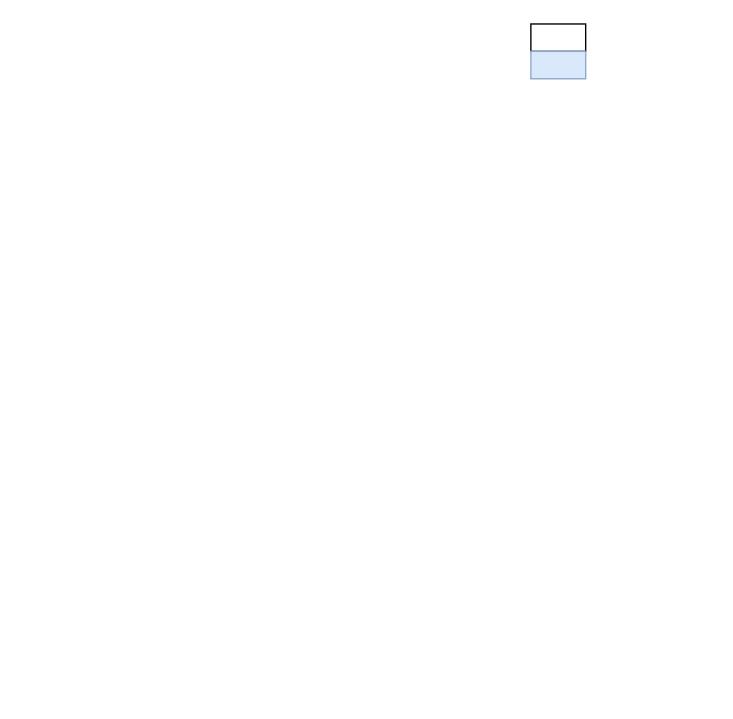
Above: Diagramma senza titolo.drawio in fsciamma/LabSWE (draw.io), before the change. Source tidied: cells renumbered, new cells numbered last; positions are measured from the earlier drawing's top-left corner, leaving out a move shared by most shapes. Both pictures are drawn from the tidied source at 137%, with x=0, y=0 at pixel (530, 23).
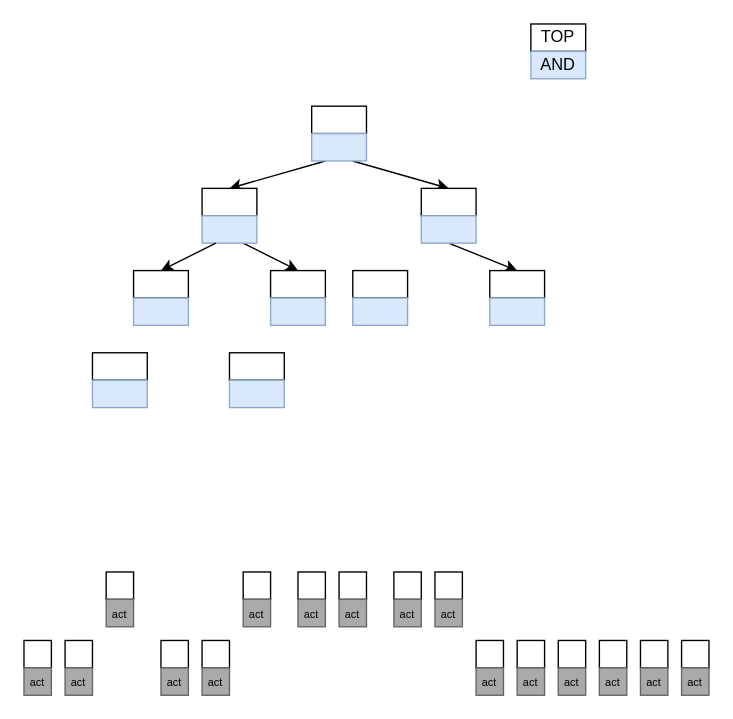
The same page after the edit.

Change to the diagram source:
```diff
@@
-    <mxCell id="2" style="rounded=0;whiteSpace=wrap;html=1;" parent="1" vertex="1">
+    <mxCell id="2" value="TOP" style="rounded=0;whiteSpace=wrap;html=1;" parent="1" vertex="1">
       <mxGeometry width="40" height="20" as="geometry" />
     </mxCell>
-    <mxCell id="3" style="rounded=0;whiteSpace=wrap;html=1;strokeColor=#8ea8cd;fillColor=#dae8fc;" parent="1" vertex="1">
+    <mxCell id="3" value="&lt;div&gt;AND&lt;/div&gt;" style="rounded=0;whiteSpace=wrap;html=1;strokeColor=#8ea8cd;fillColor=#dae8fc;" parent="1" vertex="1">
       <mxGeometry y="20" width="40" height="20" as="geometry" />
     </mxCell>
+    <mxCell id="4" style="rounded=0;whiteSpace=wrap;html=1;" parent="1" vertex="1">
+      <mxGeometry x="-160" y="60" width="40" height="20" as="geometry" />
+    </mxCell>
+    <mxCell id="5" style="rounded=0;jettySize=auto;html=1;exitX=0.25;exitY=1;exitDx=0;exitDy=0;entryX=0.5;entryY=0;entryDx=0;entryDy=0;" parent="1" edge="1" source="7" target="8">
+      <mxGeometry relative="1" as="geometry" />
+    </mxCell>
+    <mxCell id="6" style="rounded=0;jettySize=auto;html=1;exitX=0.75;exitY=1;exitDx=0;exitDy=0;entryX=0.5;entryY=0;entryDx=0;entryDy=0;" parent="1" edge="1" source="7" target="11">
+      <mxGeometry relative="1" as="geometry" />
+    </mxCell>
+    <mxCell id="7" style="rounded=0;whiteSpace=wrap;html=1;strokeColor=#8ea8cd;fillColor=#dae8fc;" parent="1" vertex="1">
+      <mxGeometry x="-160" y="80" width="40" height="20" as="geometry" />
+    </mxCell>
+    <mxCell id="8" style="rounded=0;whiteSpace=wrap;html=1;" parent="1" vertex="1">
+      <mxGeometry x="-240" y="120" width="40" height="20" as="geometry" />
+    </mxCell>
+    <mxCell id="9" style="rounded=0;jettySize=auto;html=1;exitX=0.75;exitY=1;exitDx=0;exitDy=0;entryX=0.5;entryY=0;entryDx=0;entryDy=0;" parent="1" edge="1" source="10" target="14">
+      <mxGeometry relative="1" as="geometry" />
+    </mxCell>
+    <mxCell id="10" style="rounded=0;whiteSpace=wrap;html=1;strokeColor=#8ea8cd;fillColor=#dae8fc;" parent="1" vertex="1">
+      <mxGeometry x="-240" y="140" width="40" height="20" as="geometry" />
+    </mxCell>
+    <mxCell id="11" style="rounded=0;whiteSpace=wrap;html=1;" parent="1" vertex="1">
+      <mxGeometry x="-80" y="120" width="40" height="20" as="geometry" />
+    </mxCell>
+    <mxCell id="12" style="rounded=0;jettySize=auto;html=1;exitX=0.5;exitY=1;exitDx=0;exitDy=0;entryX=0.5;entryY=0;entryDx=0;entryDy=0;" parent="1" edge="1" source="13" target="24">
+      <mxGeometry relative="1" as="geometry" />
+    </mxCell>
+    <mxCell id="13" style="rounded=0;whiteSpace=wrap;html=1;strokeColor=#8ea8cd;fillColor=#dae8fc;" parent="1" vertex="1">
+      <mxGeometry x="-80" y="140" width="40" height="20" as="geometry" />
+    </mxCell>
+    <mxCell id="14" style="rounded=0;whiteSpace=wrap;html=1;" parent="1" vertex="1">
+      <mxGeometry x="-190" y="180" width="40" height="20" as="geometry" />
+    </mxCell>
+    <mxCell id="15" style="rounded=0;whiteSpace=wrap;html=1;strokeColor=#8ea8cd;fillColor=#dae8fc;" parent="1" vertex="1">
+      <mxGeometry x="-190" y="200" width="40" height="20" as="geometry" />
+    </mxCell>
+    <mxCell id="16" style="rounded=0;whiteSpace=wrap;html=1;" parent="1" vertex="1">
+      <mxGeometry x="-290" y="180" width="40" height="20" as="geometry" />
+    </mxCell>
+    <mxCell id="17" style="rounded=0;whiteSpace=wrap;html=1;strokeColor=#8ea8cd;fillColor=#dae8fc;" parent="1" vertex="1">
+      <mxGeometry x="-290" y="200" width="40" height="20" as="geometry" />
+    </mxCell>
+    <mxCell id="18" style="rounded=0;whiteSpace=wrap;html=1;" parent="1" vertex="1">
+      <mxGeometry x="-320" y="240" width="40" height="20" as="geometry" />
+    </mxCell>
+    <mxCell id="19" style="rounded=0;whiteSpace=wrap;html=1;strokeColor=#8ea8cd;fillColor=#dae8fc;" parent="1" vertex="1">
+      <mxGeometry x="-320" y="260" width="40" height="20" as="geometry" />
+    </mxCell>
+    <mxCell id="20" style="rounded=0;whiteSpace=wrap;html=1;" parent="1" vertex="1">
+      <mxGeometry x="-220" y="240" width="40" height="20" as="geometry" />
+    </mxCell>
+    <mxCell id="21" style="rounded=0;whiteSpace=wrap;html=1;strokeColor=#8ea8cd;fillColor=#dae8fc;" parent="1" vertex="1">
+      <mxGeometry x="-220" y="260" width="40" height="20" as="geometry" />
+    </mxCell>
+    <mxCell id="22" style="rounded=0;whiteSpace=wrap;html=1;" parent="1" vertex="1">
+      <mxGeometry x="-130" y="180" width="40" height="20" as="geometry" />
+    </mxCell>
+    <mxCell id="23" style="rounded=0;whiteSpace=wrap;html=1;strokeColor=#8ea8cd;fillColor=#dae8fc;" parent="1" vertex="1">
+      <mxGeometry x="-130" y="200" width="40" height="20" as="geometry" />
+    </mxCell>
+    <mxCell id="24" style="rounded=0;whiteSpace=wrap;html=1;" parent="1" vertex="1">
+      <mxGeometry x="-30" y="180" width="40" height="20" as="geometry" />
+    </mxCell>
+    <mxCell id="25" style="rounded=0;whiteSpace=wrap;html=1;strokeColor=#8ea8cd;fillColor=#dae8fc;" parent="1" vertex="1">
+      <mxGeometry x="-30" y="200" width="40" height="20" as="geometry" />
+    </mxCell>
+    <mxCell id="26" style="endArrow=classic;html=1;rounded=0;entryX=0.5;entryY=0;entryDx=0;entryDy=0;exitX=0.25;exitY=1;exitDx=0;exitDy=0;" parent="1" edge="1" source="10" target="16">
+      <mxGeometry relative="1" as="geometry" />
+    </mxCell>
+    <mxCell id="27" style="rounded=0;whiteSpace=wrap;html=1;" parent="1" vertex="1">
+      <mxGeometry x="-370" y="450" width="20" height="20" as="geometry" />
+    </mxCell>
+    <mxCell id="28" value="&lt;font style=&quot;font-size: 8px;&quot;&gt;act&lt;/font&gt;" style="rounded=0;whiteSpace=wrap;html=1;strokeColor=#666666;fillColor=#aaa;" parent="1" vertex="1">
+      <mxGeometry x="-370" y="470" width="20" height="20" as="geometry" />
+    </mxCell>
+    <mxCell id="29" style="rounded=0;whiteSpace=wrap;html=1;" parent="1" vertex="1">
+      <mxGeometry x="-340" y="450" width="20" height="20" as="geometry" />
+    </mxCell>
+    <mxCell id="30" value="&lt;font style=&quot;font-size: 8px;&quot;&gt;act&lt;/font&gt;" style="rounded=0;whiteSpace=wrap;html=1;strokeColor=#666666;fillColor=#aaa;" parent="1" vertex="1">
+      <mxGeometry x="-340" y="470" width="20" height="20" as="geometry" />
+    </mxCell>
+    <mxCell id="31" style="rounded=0;whiteSpace=wrap;html=1;" parent="1" vertex="1">
+      <mxGeometry x="-310" y="400" width="20" height="20" as="geometry" />
+    </mxCell>
+    <mxCell id="32" value="&lt;font style=&quot;font-size: 8px;&quot;&gt;act&lt;/font&gt;" style="rounded=0;whiteSpace=wrap;html=1;strokeColor=#666666;fillColor=#aaa;" parent="1" vertex="1">
+      <mxGeometry x="-310" y="420" width="20" height="20" as="geometry" />
+    </mxCell>
+    <mxCell id="33" style="rounded=0;whiteSpace=wrap;html=1;" parent="1" vertex="1">
+      <mxGeometry x="-270" y="450" width="20" height="20" as="geometry" />
+    </mxCell>
+    <mxCell id="34" value="&lt;font style=&quot;font-size: 8px;&quot;&gt;act&lt;/font&gt;" style="rounded=0;whiteSpace=wrap;html=1;strokeColor=#666666;fillColor=#aaa;" parent="1" vertex="1">
+      <mxGeometry x="-270" y="470" width="20" height="20" as="geometry" />
+    </mxCell>
+    <mxCell id="35" style="rounded=0;whiteSpace=wrap;html=1;" parent="1" vertex="1">
+      <mxGeometry x="-240" y="450" width="20" height="20" as="geometry" />
+    </mxCell>
+    <mxCell id="36" value="&lt;font style=&quot;font-size: 8px;&quot;&gt;act&lt;/font&gt;" style="rounded=0;whiteSpace=wrap;html=1;strokeColor=#666666;fillColor=#aaa;" parent="1" vertex="1">
+      <mxGeometry x="-240" y="470" width="20" height="20" as="geometry" />
+    </mxCell>
+    <mxCell id="37" style="rounded=0;whiteSpace=wrap;html=1;" parent="1" vertex="1">
+      <mxGeometry x="-170" y="400" width="20" height="20" as="geometry" />
+    </mxCell>
+    <mxCell id="38" value="&lt;font style=&quot;font-size: 8px;&quot;&gt;act&lt;/font&gt;" style="rounded=0;whiteSpace=wrap;html=1;strokeColor=#666666;fillColor=#aaa;" parent="1" vertex="1">
+      <mxGeometry x="-170" y="420" width="20" height="20" as="geometry" />
+    </mxCell>
+    <mxCell id="39" style="rounded=0;whiteSpace=wrap;html=1;" parent="1" vertex="1">
+      <mxGeometry x="-140" y="400" width="20" height="20" as="geometry" />
+    </mxCell>
+    <mxCell id="40" value="&lt;font style=&quot;font-size: 8px;&quot;&gt;act&lt;/font&gt;" style="rounded=0;whiteSpace=wrap;html=1;strokeColor=#666666;fillColor=#aaa;" parent="1" vertex="1">
+      <mxGeometry x="-140" y="420" width="20" height="20" as="geometry" />
+    </mxCell>
+    <mxCell id="41" style="rounded=0;whiteSpace=wrap;html=1;" parent="1" vertex="1">
+      <mxGeometry x="-210" y="400" width="20" height="20" as="geometry" />
+    </mxCell>
+    <mxCell id="42" value="&lt;font style=&quot;font-size: 8px;&quot;&gt;act&lt;/font&gt;" style="rounded=0;whiteSpace=wrap;html=1;strokeColor=#666666;fillColor=#aaa;" parent="1" vertex="1">
+      <mxGeometry x="-210" y="420" width="20" height="20" as="geometry" />
+    </mxCell>
+    <mxCell id="43" style="rounded=0;whiteSpace=wrap;html=1;" parent="1" vertex="1">
+      <mxGeometry x="-100" y="400" width="20" height="20" as="geometry" />
+    </mxCell>
+    <mxCell id="44" value="&lt;font style=&quot;font-size: 8px;&quot;&gt;act&lt;/font&gt;" style="rounded=0;whiteSpace=wrap;html=1;strokeColor=#666666;fillColor=#aaa;" parent="1" vertex="1">
+      <mxGeometry x="-100" y="420" width="20" height="20" as="geometry" />
+    </mxCell>
+    <mxCell id="45" style="rounded=0;whiteSpace=wrap;html=1;" parent="1" vertex="1">
+      <mxGeometry x="-70" y="400" width="20" height="20" as="geometry" />
+    </mxCell>
+    <mxCell id="46" value="&lt;font style=&quot;font-size: 8px;&quot;&gt;act&lt;/font&gt;" style="rounded=0;whiteSpace=wrap;html=1;strokeColor=#666666;fillColor=#aaa;" parent="1" vertex="1">
+      <mxGeometry x="-70" y="420" width="20" height="20" as="geometry" />
+    </mxCell>
+    <mxCell id="47" style="rounded=0;whiteSpace=wrap;html=1;" parent="1" vertex="1">
+      <mxGeometry x="-40" y="450" width="20" height="20" as="geometry" />
+    </mxCell>
+    <mxCell id="48" value="&lt;font style=&quot;font-size: 8px;&quot;&gt;act&lt;/font&gt;" style="rounded=0;whiteSpace=wrap;html=1;strokeColor=#666666;fillColor=#aaa;" parent="1" vertex="1">
+      <mxGeometry x="-40" y="470" width="20" height="20" as="geometry" />
+    </mxCell>
+    <mxCell id="49" style="rounded=0;whiteSpace=wrap;html=1;" parent="1" vertex="1">
+      <mxGeometry x="-10" y="450" width="20" height="20" as="geometry" />
+    </mxCell>
+    <mxCell id="50" value="&lt;font style=&quot;font-size: 8px;&quot;&gt;act&lt;/font&gt;" style="rounded=0;whiteSpace=wrap;html=1;strokeColor=#666666;fillColor=#aaa;" parent="1" vertex="1">
+      <mxGeometry x="-10" y="470" width="20" height="20" as="geometry" />
+    </mxCell>
+    <mxCell id="51" style="rounded=0;whiteSpace=wrap;html=1;" parent="1" vertex="1">
+      <mxGeometry x="20" y="450" width="20" height="20" as="geometry" />
+    </mxCell>
+    <mxCell id="52" value="&lt;font style=&quot;font-size: 8px;&quot;&gt;act&lt;/font&gt;" style="rounded=0;whiteSpace=wrap;html=1;strokeColor=#666666;fillColor=#aaa;" parent="1" vertex="1">
+      <mxGeometry x="20" y="470" width="20" height="20" as="geometry" />
+    </mxCell>
+    <mxCell id="53" style="rounded=0;whiteSpace=wrap;html=1;" parent="1" vertex="1">
+      <mxGeometry x="50" y="450" width="20" height="20" as="geometry" />
+    </mxCell>
+    <mxCell id="54" value="&lt;font style=&quot;font-size: 8px;&quot;&gt;act&lt;/font&gt;" style="rounded=0;whiteSpace=wrap;html=1;strokeColor=#666666;fillColor=#aaa;" parent="1" vertex="1">
+      <mxGeometry x="50" y="470" width="20" height="20" as="geometry" />
+    </mxCell>
+    <mxCell id="55" style="rounded=0;whiteSpace=wrap;html=1;" parent="1" vertex="1">
+      <mxGeometry x="80" y="450" width="20" height="20" as="geometry" />
+    </mxCell>
+    <mxCell id="56" value="&lt;font style=&quot;font-size: 8px;&quot;&gt;act&lt;/font&gt;" style="rounded=0;whiteSpace=wrap;html=1;strokeColor=#666666;fillColor=#aaa;" parent="1" vertex="1">
+      <mxGeometry x="80" y="470" width="20" height="20" as="geometry" />
+    </mxCell>
+    <mxCell id="57" style="rounded=0;whiteSpace=wrap;html=1;" parent="1" vertex="1">
+      <mxGeometry x="110" y="450" width="20" height="20" as="geometry" />
+    </mxCell>
+    <mxCell id="58" value="&lt;font style=&quot;font-size: 8px;&quot;&gt;act&lt;/font&gt;" style="rounded=0;whiteSpace=wrap;html=1;strokeColor=#666666;fillColor=#aaa;" parent="1" vertex="1">
+      <mxGeometry x="110" y="470" width="20" height="20" as="geometry" />
+    </mxCell>
```
